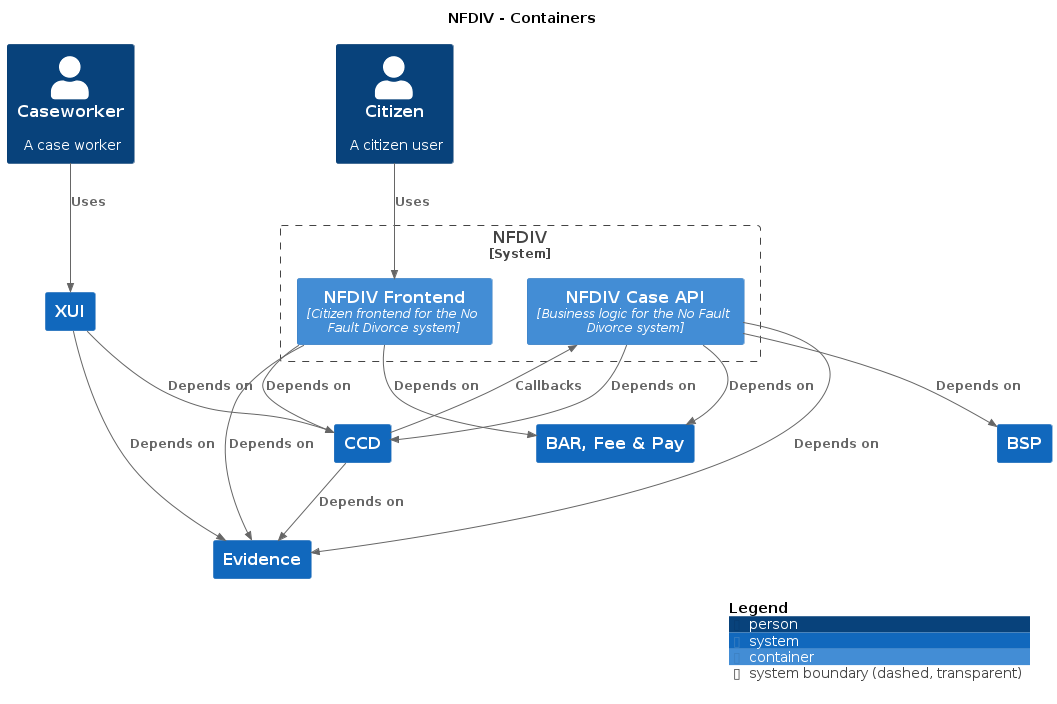
Earlier version of the PlantUML export docs/c4/nfdiv/images/structurizr-nfdiv-overview.png (hmcts/cnp-api-docs).
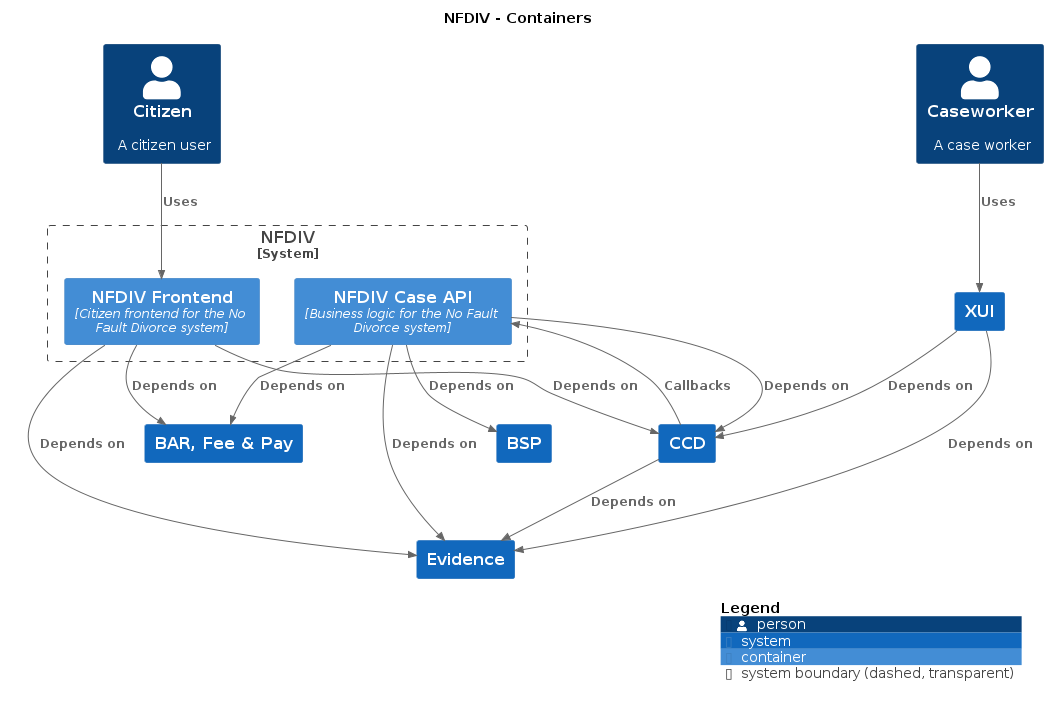
Above is the later version.

The edit, as a diff of the source:
```diff
@@ -7,13 +7,13 @@
 !include https://raw.githubusercontent.com/plantuml-stdlib/C4-PlantUML/master/C4_Context.puml
 !include https://raw.githubusercontent.com/plantuml-stdlib/C4-PlantUML/master/C4_Container.puml
 
-Person(Caseworker, "Caseworker", "A case worker", $tags="")
 System(XUI, "XUI", "", $tags="")
 System(CCD, "CCD", "", $tags="")
+Person(Citizen, "Citizen", "A citizen user", $tags="")
 System(BARFeePay, "BAR, Fee & Pay", "", $tags="")
+Person(Caseworker, "Caseworker", "A case worker", $tags="")
 System(BSP, "BSP", "", $tags="")
 System(Evidence, "Evidence", "", $tags="")
-Person(Citizen, "Citizen", "A citizen user", $tags="")
 
 System_Boundary("NFDIV_boundary", "NFDIV") {
   Container(NFDIV.NFDIVFrontend, "NFDIV Frontend", "Citizen frontend for the No Fault Divorce system", $tags="")
```
